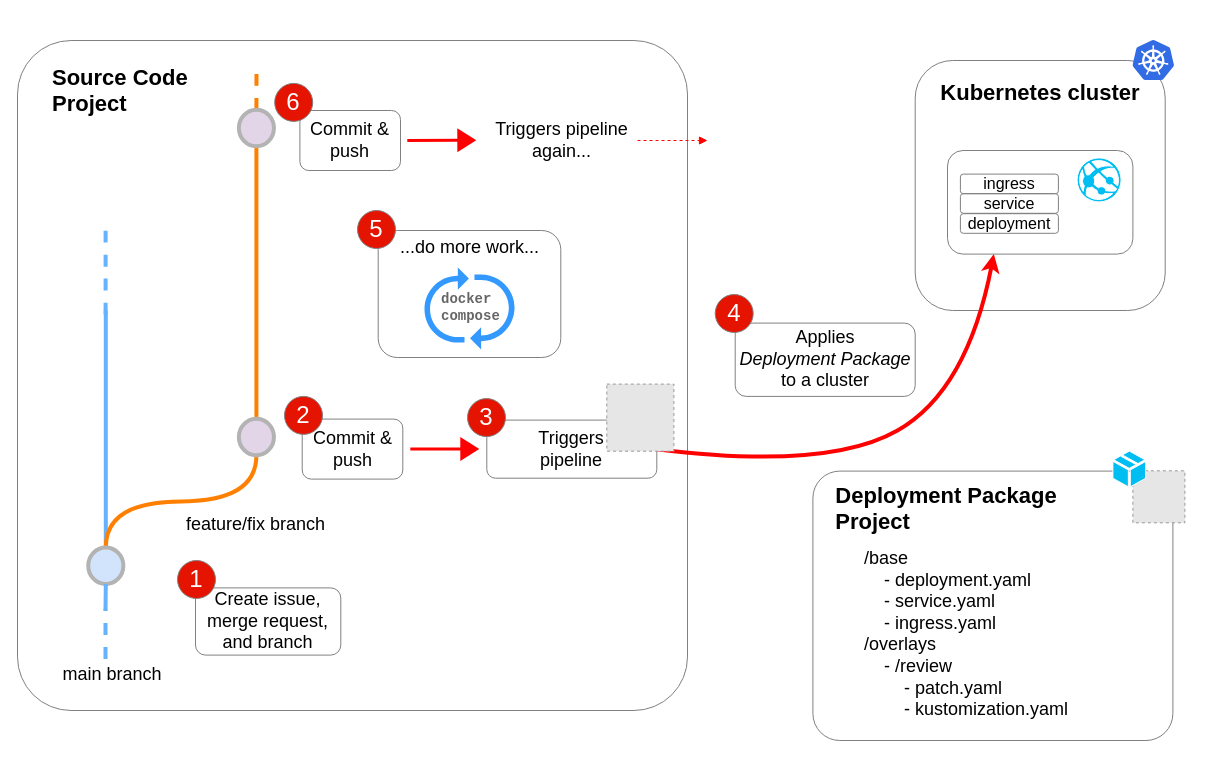
Before: docs/assets/deploy-pipeline-overview-light.drawio in bcit-ltc/infrastructure-documentation, a draw.io diagram. Source tidied: cells renumbered, new cells numbered last; positions are measured from the earlier drawing's top-left corner, leaving out a move shared by most shapes. Both pictures are drawn from the tidied source at 100%, with x=0, y=0 at pixel (17, 40). Pictures stored in the file or linked from it are replaced by grey dashed boxes.
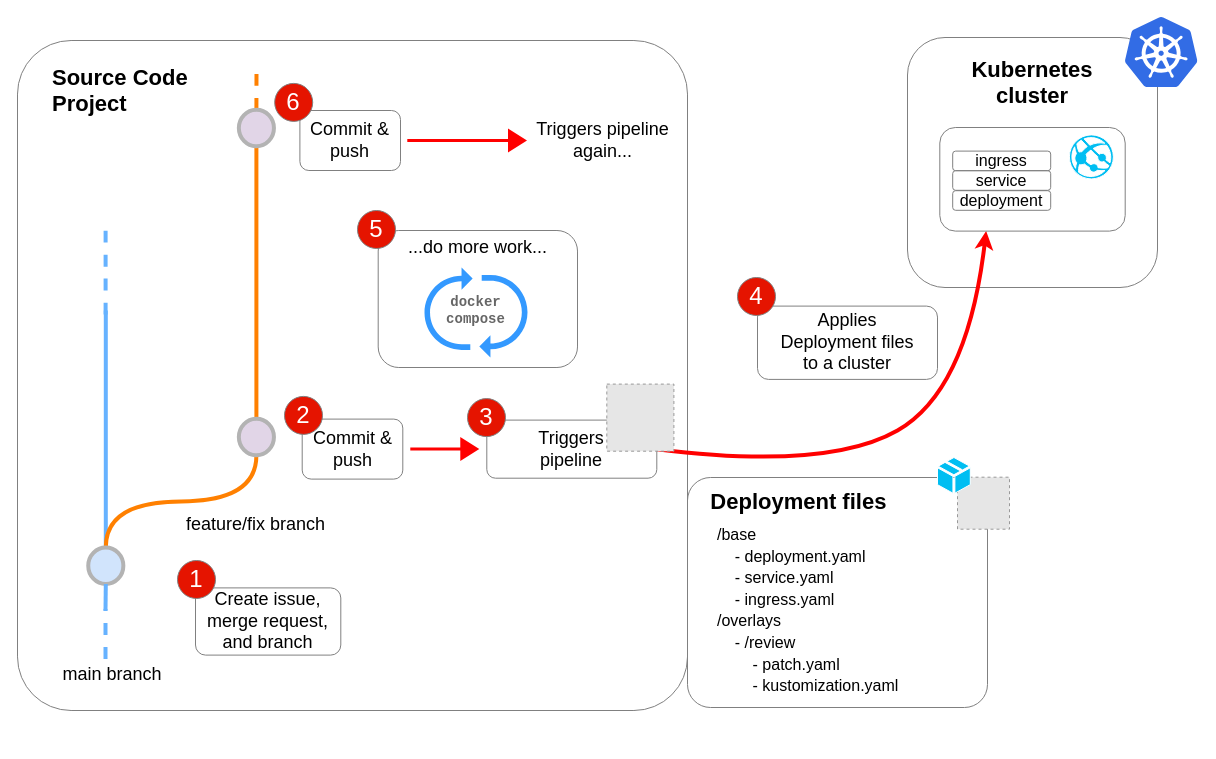
After the change.

Change to the diagram source:
```diff
@@
-    <mxCell id="15" value="&lt;font size=&quot;1&quot;&gt;&lt;b style=&quot;font-size: 22px&quot;&gt;Kubernetes cluster&lt;/b&gt;&lt;/font&gt;" style="rounded=1;whiteSpace=wrap;html=1;labelBackgroundColor=none;fontSize=18;fontColor=#000000;strokeColor=#808080;fillColor=none;align=center;verticalAlign=top;spacingTop=10;spacing=5;" parent="1" vertex="1">
-      <mxGeometry x="897.7" y="20" width="250" height="250" as="geometry" />
+    <mxCell id="15" value="&lt;font size=&quot;1&quot;&gt;&lt;b style=&quot;font-size: 22px&quot;&gt;Kubernetes&lt;br&gt;cluster&lt;/b&gt;&lt;/font&gt;" style="rounded=1;whiteSpace=wrap;html=1;labelBackgroundColor=none;fontSize=18;fontColor=#000000;strokeColor=#808080;fillColor=none;align=center;verticalAlign=top;spacingTop=10;spacing=5;" parent="1" vertex="1">
+      <mxGeometry x="890" y="-3" width="250" height="250" as="geometry" />
     </mxCell>
@@
     <mxCell id="19" value="&lt;font style=&quot;font-size: 18px&quot;&gt;Triggers pipeline again...&lt;/font&gt;" style="text;html=1;strokeColor=none;fillColor=none;align=center;verticalAlign=middle;whiteSpace=wrap;rounded=0;fontColor=#000000;" parent="1" vertex="1">
-      <mxGeometry x="469.3" y="74.2" width="150.7" height="51.6" as="geometry" />
+      <mxGeometry x="510" y="74.2" width="150.7" height="51.6" as="geometry" />
     </mxCell>
@@
     <mxCell id="23" style="html=1;align=center;image;fontSize=12;image=img/lib/mscae/Kubernetes.svg;fontColor=#000000;strokeColor=#FFFFFF;" parent="1" vertex="1">
-      <mxGeometry x="1115.4" width="41.7" height="40" as="geometry" />
+      <mxGeometry x="1107.7" y="-23" width="72.9" height="70" as="geometry" />
     </mxCell>
@@
-    <mxCell id="25" value="&lt;span style=&quot;&quot;&gt;Applies&lt;/span&gt;&lt;br style=&quot;&quot;&gt;&lt;i&gt;&lt;span style=&quot;&quot;&gt;Deployment Package&lt;/span&gt;&lt;br style=&quot;&quot;&gt;&lt;/i&gt;&lt;span style=&quot;&quot;&gt;to a cluster&lt;/span&gt;" style="rounded=1;whiteSpace=wrap;html=1;labelBackgroundColor=none;fontSize=18;fontColor=#000000;strokeColor=#808080;fillColor=none;" parent="1" vertex="1">
-      <mxGeometry x="717.7" y="282.6" width="180" height="73.3" as="geometry" />
+    <mxCell id="25" value="&lt;span style=&quot;&quot;&gt;Applies&lt;/span&gt;&lt;br style=&quot;&quot;&gt;Deployment files&lt;br style=&quot;&quot;&gt;&lt;span style=&quot;&quot;&gt;to a cluster&lt;/span&gt;" style="rounded=1;whiteSpace=wrap;html=1;labelBackgroundColor=none;fontSize=18;fontColor=#000000;strokeColor=#808080;fillColor=none;" parent="1" vertex="1">
+      <mxGeometry x="740" y="265.6" width="180" height="73.3" as="geometry" />
     </mxCell>
@@
-    <mxCell id="27" value="&lt;font style=&quot;font-size: 22px&quot;&gt;&lt;font style=&quot;font-size: 22px&quot;&gt;&lt;b&gt;&amp;nbsp; &amp;nbsp;Deployment&amp;nbsp;&lt;/b&gt;&lt;/font&gt;&lt;span style=&quot;font-weight: bold;&quot;&gt;Package&lt;br&gt;&lt;/span&gt;&lt;/font&gt;&lt;font style=&quot;font-size: 22px&quot;&gt;&lt;b&gt;&lt;font style=&quot;font-size: 22px&quot;&gt;&amp;nbsp; &amp;nbsp;Project&lt;/font&gt;&lt;br&gt;&lt;/b&gt;&lt;/font&gt;" style="rounded=1;whiteSpace=wrap;html=1;labelBackgroundColor=none;fontSize=18;fontColor=#000000;strokeColor=#808080;fillColor=none;verticalAlign=top;align=left;spacing=5;spacingTop=2;arcSize=10;" parent="1" vertex="1">
-      <mxGeometry x="795.4" y="430.6" width="360" height="269.4" as="geometry" />
+    <mxCell id="27" value="&lt;font style=&quot;font-size: 22px&quot;&gt;&lt;font style=&quot;font-size: 22px&quot;&gt;&lt;b&gt;&amp;nbsp; &amp;nbsp;Deployment files&lt;/b&gt;&lt;/font&gt;&lt;/font&gt;&lt;font style=&quot;font-size: 22px&quot;&gt;&lt;b&gt;&lt;br&gt;&lt;/b&gt;&lt;/font&gt;" style="rounded=1;whiteSpace=wrap;html=1;labelBackgroundColor=none;fontSize=18;fontColor=#000000;strokeColor=#808080;fillColor=none;verticalAlign=top;align=left;spacing=5;spacingTop=2;arcSize=10;" parent="1" vertex="1">
+      <mxGeometry x="670" y="437" width="300" height="230" as="geometry" />
     </mxCell>
-    <mxCell id="28" value="&lt;font style=&quot;font-size: 18px&quot;&gt;/base&lt;br&gt;&amp;nbsp; &amp;nbsp; - deployment.yaml&lt;br&gt;&amp;nbsp; &amp;nbsp; - service.yaml&lt;br&gt;&amp;nbsp; &amp;nbsp; - ingress.yaml&lt;br&gt;/overlays&lt;br&gt;&amp;nbsp; &amp;nbsp; - /review&lt;br&gt;&amp;nbsp; &amp;nbsp; &amp;nbsp; &amp;nbsp; - patch.yaml&lt;br&gt;&amp;nbsp; &amp;nbsp; &amp;nbsp; &amp;nbsp; - kustomization.yaml&lt;/font&gt;" style="text;html=1;strokeColor=none;fillColor=none;align=left;verticalAlign=top;whiteSpace=wrap;rounded=0;fontSize=18;fontColor=#000000;" parent="1" vertex="1">
-      <mxGeometry x="845.4" y="500.6" width="230" height="200" as="geometry" />
+    <mxCell id="28" value="&lt;font style=&quot;font-size: 16px;&quot;&gt;/base&lt;br&gt;&amp;nbsp; &amp;nbsp; - deployment.yaml&lt;br&gt;&amp;nbsp; &amp;nbsp; - service.yaml&lt;br&gt;&amp;nbsp; &amp;nbsp; - ingress.yaml&lt;br&gt;/overlays&lt;br&gt;&amp;nbsp; &amp;nbsp; - /review&lt;br&gt;&amp;nbsp; &amp;nbsp; &amp;nbsp; &amp;nbsp; - patch.yaml&lt;br&gt;&amp;nbsp; &amp;nbsp; &amp;nbsp; &amp;nbsp; - kustomization.yaml&lt;/font&gt;" style="text;html=1;strokeColor=none;fillColor=none;align=left;verticalAlign=top;whiteSpace=wrap;rounded=0;fontSize=18;fontColor=#000000;" parent="1" vertex="1">
+      <mxGeometry x="697.7" y="477" width="230" height="186" as="geometry" />
     </mxCell>
     <mxCell id="29" style="group;fontColor=#000000;strokeColor=none;" parent="1" vertex="1">
-      <mxGeometry x="1095.4" y="410.6" width="72" height="71.7" as="geometry" />
+      <mxGeometry x="920" y="417" width="72" height="71.7" as="geometry" />
     </mxCell>
@@
-    <mxCell id="32" style="shape=flexArrow;endArrow=classic;html=1;rounded=0;strokeColor=none;width=3;fillColor=#FF0000;endSize=6;startSize=3;entryX=0;entryY=0.5;entryDx=0;entryDy=0;fontColor=#000000;" parent="1" edge="1">
+    <mxCell id="32" style="shape=flexArrow;endArrow=classic;html=1;rounded=0;strokeColor=none;width=3;fillColor=#FF0000;endSize=6;startSize=3;entryX=0;entryY=0.5;entryDx=0;entryDy=0;fontColor=#000000;" parent="1" edge="1" target="19">
       <mxGeometry relative="1" as="geometry">
         <mxPoint x="389.3" y="100" as="sourcePoint" />
-        <mxPoint x="459.3" y="99.8" as="targetPoint" />
       </mxGeometry>
     </mxCell>
-    <mxCell id="33" style="endArrow=block;html=1;rounded=0;dashed=1;strokeColor=#FF0000;exitX=1;exitY=0.5;exitDx=0;exitDy=0;endFill=1;" parent="1" edge="1" source="19">
-      <mxGeometry relative="1" as="geometry">
-        <mxPoint x="690" y="100" as="targetPoint" />
-      </mxGeometry>
-    </mxCell>
@@
     <mxCell id="37" value="&lt;font style=&quot;font-size: 24px;&quot;&gt;4&lt;/font&gt;" style="ellipse;whiteSpace=wrap;html=1;labelBackgroundColor=none;fontSize=18;strokeColor=#808080;fillColor=#e51400;fontColor=#FFFFFF;" parent="1" vertex="1">
-      <mxGeometry x="697.7" y="254" width="38" height="38" as="geometry" />
+      <mxGeometry x="720" y="237" width="38" height="38" as="geometry" />
     </mxCell>
     <mxCell id="38" style="group;" parent="1" vertex="1">
-      <mxGeometry x="930" y="110" width="185.4" height="103.6" as="geometry" />
+      <mxGeometry x="922.3" y="87" width="185.4" height="103.6" as="geometry" />
     </mxCell>
@@
     <mxCell id="44" value="&lt;font&gt;...do more work...&lt;/font&gt;" style="rounded=1;whiteSpace=wrap;html=1;labelBackgroundColor=none;fontSize=18;fontColor=#000000;strokeColor=#808080;fillColor=none;verticalAlign=top;" parent="1" vertex="1">
-      <mxGeometry x="360.7" y="190" width="182.6" height="127" as="geometry" />
+      <mxGeometry x="360.7" y="190" width="199.3" height="137" as="geometry" />
     </mxCell>
     <mxCell id="45" style="group;" parent="1" vertex="1">
-      <mxGeometry x="407" y="227" width="90" height="81.9" as="geometry" />
+      <mxGeometry x="407" y="227" width="103" height="90" as="geometry" />
     </mxCell>
     <mxCell id="46" style="html=1;shadow=0;dashed=0;align=center;verticalAlign=middle;shape=mxgraph.arrows2.uTurnArrow;dy=2.77;arrowHead=22.2;dx2=11.12;strokeColor=none;fillColor=#3399FF;" parent="45" vertex="1">
-      <mxGeometry width="40" height="75" as="geometry" />
+      <mxGeometry width="45.8" height="82.4" as="geometry" />
     </mxCell>
     <mxCell id="47" style="html=1;shadow=0;dashed=0;align=center;verticalAlign=middle;shape=mxgraph.arrows2.uTurnArrow;dy=2.83;arrowHead=22.2;dx2=11.12;strokeColor=none;fillColor=#3399FF;rotation=-180;" parent="45" vertex="1">
-      <mxGeometry x="50" y="6.9" width="40" height="75" as="geometry" />
+      <mxGeometry x="57.2" y="7.6" width="45.8" height="82.4" as="geometry" />
     </mxCell>
-    <mxCell id="48" value="&lt;font size=&quot;1&quot; face=&quot;Courier New&quot; color=&quot;#666666&quot;&gt;&lt;b style=&quot;font-size: 14px;&quot;&gt;docker compose&lt;/b&gt;&lt;/font&gt;" style="text;html=1;strokeColor=none;fillColor=none;align=left;verticalAlign=middle;whiteSpace=wrap;rounded=0;" parent="45" vertex="1">
-      <mxGeometry x="15" y="24.5" width="60" height="30" as="geometry" />
+    <mxCell id="48" value="&lt;font size=&quot;1&quot; face=&quot;Courier New&quot; color=&quot;#666666&quot;&gt;&lt;b style=&quot;font-size: 14px;&quot;&gt;docker compose&lt;/b&gt;&lt;/font&gt;" style="text;html=1;strokeColor=none;fillColor=none;align=center;verticalAlign=middle;whiteSpace=wrap;rounded=0;" parent="45" vertex="1">
+      <mxGeometry x="17.2" y="26.9" width="68.7" height="33" as="geometry" />
     </mxCell>
```
